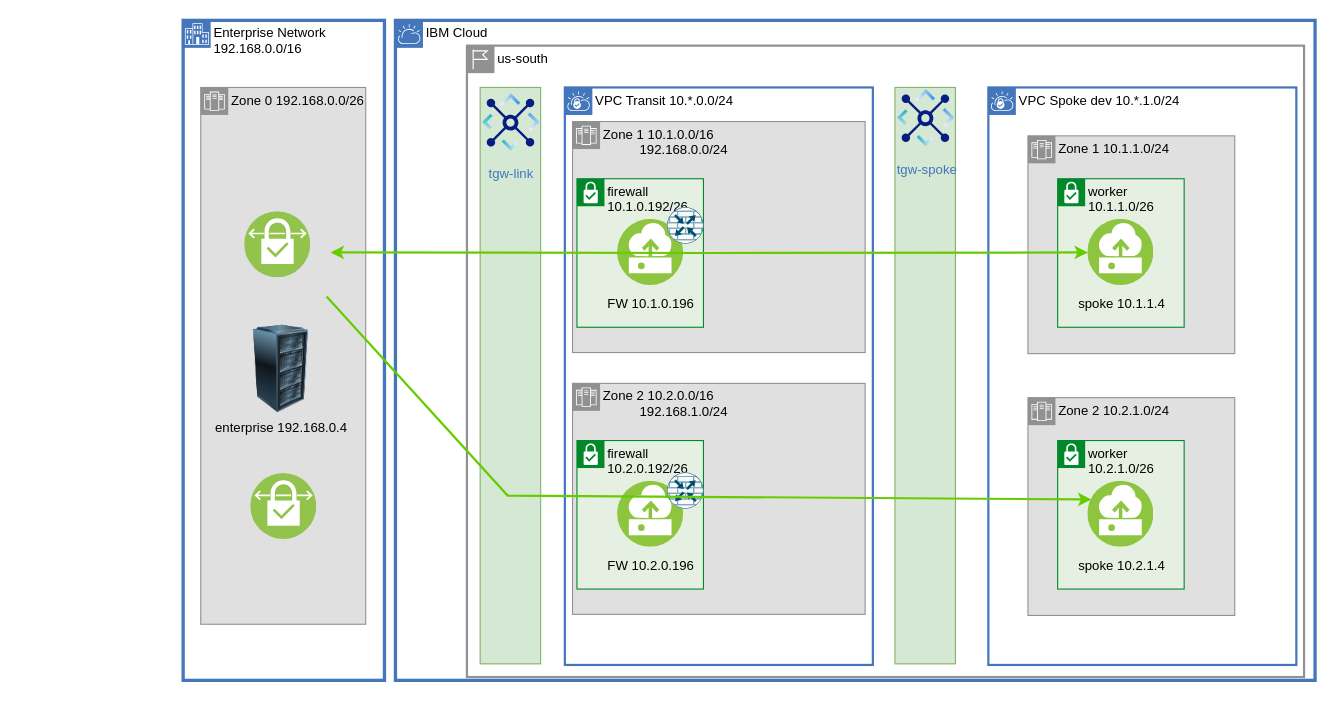
This is page "vpn-asymmetric" (2 of 18) of images/vpc-transit.drawio from IBM-Cloud/vpc-transit, a draw.io file, before an edit. Source tidied: cells renumbered, new cells numbered last; positions are measured from the earlier drawing's top-left corner, leaving out a move shared by most shapes. Both pictures are drawn from the tidied source at 110%, with x=0, y=0 at pixel (183, 20).
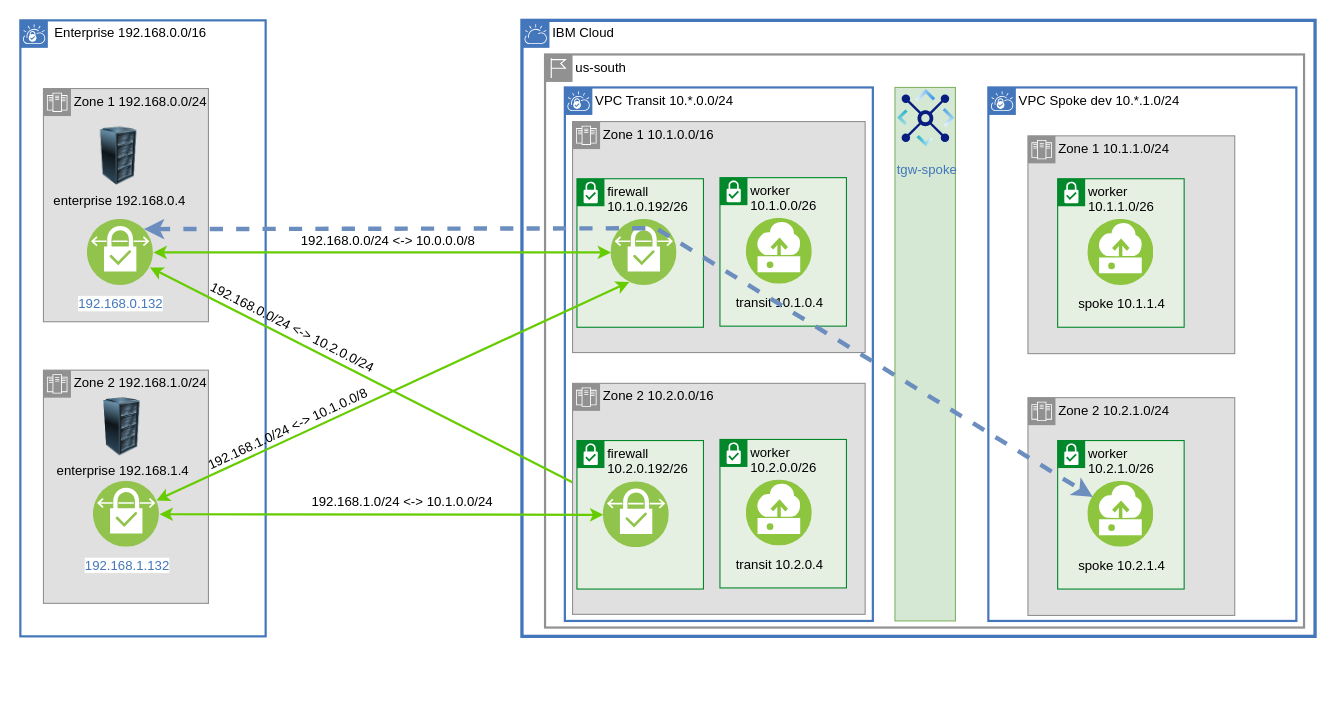
Above is the later version.

Unchanged cells that the change refers to:
```xml
<mxCell id="13" value="spoke 10.1.1.4" style="perimeter=ellipsePerimeter;html=1;align=center;shadow=0;dashed=0;fontColor=black;fontSize=12;spacingTop=3;image;image=img/lib/ibm/vpc/Instance.svg;overflow=visible;noLabel=0;labelBackgroundColor=none;" parent="1" vertex="1">
  <mxGeometry x="822.5" y="181" width="60" height="60" as="geometry" />
</mxCell>
<mxCell id="18" value="spoke 10.2.1.4" style="perimeter=ellipsePerimeter;html=1;align=center;shadow=0;dashed=0;fontColor=black;fontSize=12;spacingTop=3;image;image=img/lib/ibm/vpc/Instance.svg;overflow=visible;noLabel=0;labelBackgroundColor=none;" parent="1" vertex="1">
  <mxGeometry x="822.5" y="419" width="60" height="60" as="geometry" />
</mxCell>
```

What changed in the source:
```diff
@@
     <mxCell id="2" value="IBM Cloud" style="shape=mxgraph.ibm.box;prType=cloud;fontStyle=0;verticalAlign=top;align=left;spacingLeft=32;spacingTop=4;fillColor=none;rounded=0;whiteSpace=wrap;html=1;strokeColor=#4376BB;strokeWidth=3;dashed=0;spacing=-4;" parent="1" vertex="1">
-      <mxGeometry x="193" width="836" height="600" as="geometry" />
+      <mxGeometry x="308" width="721" height="560" as="geometry" />
     </mxCell>
     <mxCell id="3" value="&lt;span style=&quot;font-weight: normal;&quot;&gt;us-south&lt;/span&gt;" style="shape=mxgraph.ibm.box;prType=region;fontStyle=1;verticalAlign=top;align=left;spacingLeft=32;spacingTop=4;fillColor=none;rounded=0;whiteSpace=wrap;html=1;strokeColor=#919191;strokeWidth=2;spacing=-4;" parent="1" vertex="1">
-      <mxGeometry x="258" y="23" width="761" height="574" as="geometry" />
+      <mxGeometry x="329" y="31" width="690" height="521" as="geometry" />
     </mxCell>
     <mxCell id="4" value="VPC Transit 10.*.0.0/24" style="shape=mxgraph.ibm.box;prType=vpc;fontStyle=0;verticalAlign=top;align=left;spacingLeft=32;spacingTop=4;fillColor=none;rounded=0;whiteSpace=wrap;html=1;strokeColor=#4376BB;strokeWidth=2;dashed=0;spacing=-4;" parent="1" vertex="1">
-      <mxGeometry x="347" y="61" width="280" height="525" as="geometry" />
+      <mxGeometry x="347" y="61" width="280" height="485" as="geometry" />
     </mxCell>
-    <mxCell id="5" value="Zone 2 10.2.0.0/16&lt;br&gt;&amp;nbsp; &amp;nbsp; &amp;nbsp; &amp;nbsp; &amp;nbsp; 192.168.1.0/24" style="shape=mxgraph.ibm.box;prType=zone;fontStyle=0;verticalAlign=top;align=left;spacingLeft=32;spacingTop=4;fillColor=#E0E0E0;rounded=0;whiteSpace=wrap;html=1;strokeColor=#919191;strokeWidth=1;dashed=0;spacing=-4;" parent="1" vertex="1">
-      <mxGeometry x="354" y="330" width="266" height="210" as="geometry" />
-    </mxCell>
+    <mxCell id="33" value="&amp;nbsp;Enterprise 192.168.0.0/16" style="shape=mxgraph.ibm.box;prType=vpc;fontStyle=0;verticalAlign=top;align=left;spacingLeft=32;spacingTop=4;fillColor=none;rounded=0;whiteSpace=wrap;html=1;strokeColor=#4376BB;strokeWidth=2;dashed=0;spacing=-4;" parent="1" vertex="1">
+      <mxGeometry x="-148" width="223" height="560" as="geometry" />
+    </mxCell>
+    <mxCell id="34" value="Zone 1 192.168.0.0/24" style="shape=mxgraph.ibm.box;prType=zone;fontStyle=0;verticalAlign=top;align=left;spacingLeft=32;spacingTop=4;fillColor=#E0E0E0;rounded=0;whiteSpace=wrap;html=1;strokeColor=#919191;strokeWidth=1;dashed=0;spacing=-4;" parent="1" vertex="1">
+      <mxGeometry x="-127" y="62" width="150" height="212" as="geometry" />
+    </mxCell>
+    <mxCell id="35" style="edgeStyle=none;shape=connector;rounded=0;jettySize=auto;html=1;labelBackgroundColor=default;strokeColor=#66CC00;strokeWidth=2;fontFamily=Helvetica;fontSize=11;fontColor=default;startArrow=classic;startFill=1;endArrow=classic;endFill=1;fillColor=#d5e8d4;" parent="1" edge="1" source="36" target="46">
+      <mxGeometry relative="1" as="geometry" />
+    </mxCell>
+    <mxCell id="36" value="192.168.0.132" style="image;perimeter=ellipsePerimeter;html=1;align=center;shadow=0;dashed=0;fontColor=#4277BB;labelBackgroundColor=default;fontSize=12;spacingTop=3;image=img/lib/ibm/vpc/VPNConnection.svg;" parent="1" vertex="1">
+      <mxGeometry x="-87" y="181" width="60" height="60" as="geometry" />
+    </mxCell>
+    <mxCell id="37" value="Zone 2 192.168.1.0/24" style="shape=mxgraph.ibm.box;prType=zone;fontStyle=0;verticalAlign=top;align=left;spacingLeft=32;spacingTop=4;fillColor=#E0E0E0;rounded=0;whiteSpace=wrap;html=1;strokeColor=#919191;strokeWidth=1;dashed=0;spacing=-4;" parent="1" vertex="1">
+      <mxGeometry x="-127" y="318" width="150" height="212" as="geometry" />
+    </mxCell>
+    <mxCell id="38" value="Zone 2 10.2.0.0/16&lt;br&gt;&amp;nbsp; &amp;nbsp; &amp;nbsp; &amp;nbsp; &amp;nbsp;" style="shape=mxgraph.ibm.box;prType=zone;fontStyle=0;verticalAlign=top;align=left;spacingLeft=32;spacingTop=4;fillColor=#E0E0E0;rounded=0;whiteSpace=wrap;html=1;strokeColor=#919191;strokeWidth=1;dashed=0;spacing=-4;" parent="1" vertex="1">
+      <mxGeometry x="354" y="330" width="266" height="210" as="geometry" />
+    </mxCell>
+    <mxCell id="39" value="worker 10.2.0.0/26" style="shape=mxgraph.ibm.box;prType=subnet;fontStyle=0;verticalAlign=top;align=left;spacingLeft=32;spacingTop=4;fillColor=#E6F0E2;rounded=0;whiteSpace=wrap;html=1;strokeColor=#00882B;strokeWidth=1;dashed=0;spacing=-4;flipV=0;" parent="1" vertex="1">
+      <mxGeometry x="488" y="381" width="115" height="135" as="geometry" />
+    </mxCell>
     <mxCell id="6" value="&lt;span style=&quot;font-weight: normal&quot;&gt;VPC Spoke dev 10.*.1.0/24&lt;/span&gt;" style="shape=mxgraph.ibm.box;prType=vpc;fontStyle=1;verticalAlign=top;align=left;spacingLeft=32;spacingTop=4;fillColor=none;rounded=0;whiteSpace=wrap;html=1;strokeColor=#4376BB;strokeWidth=2;dashed=0;spacing=-4;" parent="1" vertex="1">
-      <mxGeometry x="732" y="61" width="280" height="525" as="geometry" />
+      <mxGeometry x="732" y="61" width="280" height="485" as="geometry" />
     </mxCell>
@@
-    <mxCell id="8" value="Zone 1 10.1.0.0/16&lt;br&gt;&amp;nbsp; &amp;nbsp; &amp;nbsp; &amp;nbsp; &amp;nbsp; 192.168.0.0/24" style="shape=mxgraph.ibm.box;prType=zone;fontStyle=0;verticalAlign=top;align=left;spacingLeft=32;spacingTop=4;fillColor=#E0E0E0;rounded=0;whiteSpace=wrap;html=1;strokeColor=#919191;strokeWidth=1;dashed=0;spacing=-4;" parent="1" vertex="1">
-      <mxGeometry x="354" y="92" width="266" height="210" as="geometry" />
-    </mxCell>
+    <mxCell id="40" value="Zone 1 10.1.0.0/16&lt;br&gt;&amp;nbsp; &amp;nbsp; &amp;nbsp;&amp;nbsp;" style="shape=mxgraph.ibm.box;prType=zone;fontStyle=0;verticalAlign=top;align=left;spacingLeft=32;spacingTop=4;fillColor=#E0E0E0;rounded=0;whiteSpace=wrap;html=1;strokeColor=#919191;strokeWidth=1;dashed=0;spacing=-4;" parent="1" vertex="1">
+      <mxGeometry x="354" y="92" width="266" height="210" as="geometry" />
+    </mxCell>
@@
-    <mxCell id="10" value="Enterprise Network 192.168.0.0/16" style="shape=mxgraph.ibm.box;prType=enterprise;fontStyle=0;verticalAlign=top;align=left;spacingLeft=32;spacingTop=4;fillColor=none;rounded=0;whiteSpace=wrap;html=1;strokeColor=#4376BB;strokeWidth=3;dashed=0;spacing=-4;" parent="1" vertex="1">
-      <mxGeometry width="183" height="600" as="geometry" />
-    </mxCell>
-    <mxCell id="11" value="Zone 0 192.168.0.0/26" style="shape=mxgraph.ibm.box;prType=zone;fontStyle=0;verticalAlign=top;align=left;spacingLeft=32;spacingTop=4;fillColor=#E0E0E0;rounded=0;whiteSpace=wrap;html=1;strokeColor=#919191;strokeWidth=1;dashed=0;spacing=-4;" parent="1" vertex="1">
-      <mxGeometry x="16" y="61" width="150" height="488" as="geometry" />
-    </mxCell>
@@
-    <mxCell id="14" value="FW 10.1.0.196" style="perimeter=ellipsePerimeter;html=1;align=center;shadow=0;dashed=0;fontColor=black;fontSize=12;spacingTop=3;image;image=img/lib/ibm/vpc/Instance.svg;overflow=visible;noLabel=0;labelBackgroundColor=none;" parent="1" vertex="1">
-      <mxGeometry x="395" y="181" width="60" height="60" as="geometry" />
-    </mxCell>
@@
-    <mxCell id="19" value="FW 10.2.0.196" style="perimeter=ellipsePerimeter;html=1;align=center;shadow=0;dashed=0;fontColor=black;fontSize=12;spacingTop=3;image;image=img/lib/ibm/vpc/Instance.svg;overflow=visible;noLabel=0;labelBackgroundColor=none;" parent="1" vertex="1">
-      <mxGeometry x="395" y="419" width="60" height="60" as="geometry" />
-    </mxCell>
-    <mxCell id="20" style="sketch=0;verticalLabelPosition=bottom;html=1;verticalAlign=top;align=center;shape=mxgraph.cisco19.rect;prIcon=router_with_firewall;fillColor=#FAFAFA;strokeColor=#005073;shadow=0;dashed=0;labelBackgroundColor=none;fontFamily=Helvetica;fontSize=12;fontColor=black;" parent="1" vertex="1">
-      <mxGeometry x="440" y="411" width="33" height="33" as="geometry" />
-    </mxCell>
-    <mxCell id="21" style="sketch=0;verticalLabelPosition=bottom;html=1;verticalAlign=top;align=center;shape=mxgraph.cisco19.rect;prIcon=router_with_firewall;fillColor=#FAFAFA;strokeColor=#005073;shadow=0;dashed=0;labelBackgroundColor=none;fontFamily=Helvetica;fontSize=12;fontColor=black;" parent="1" vertex="1">
-      <mxGeometry x="440" y="170" width="33" height="33" as="geometry" />
-    </mxCell>
-    <mxCell id="22" style="whiteSpace=wrap;html=1;fontFamily=Helvetica;fontSize=11;fillColor=#d5e8d4;strokeColor=#82b366;" parent="1" vertex="1">
-      <mxGeometry x="270" y="61" width="55" height="524" as="geometry" />
-    </mxCell>
-    <mxCell id="23" value="tgw-link" style="perimeter=ellipsePerimeter;html=1;align=center;shadow=0;dashed=0;fontColor=#4277BB;fontSize=12;spacingTop=3;image;image=img/lib/ibm/vpc/TransitGateway.svg;labelBackgroundColor=none;" parent="1" vertex="1">
-      <mxGeometry x="268.4" y="63" width="60" height="60" as="geometry" />
-    </mxCell>
-    <mxCell id="24" style="whiteSpace=wrap;html=1;fontFamily=Helvetica;fontSize=11;fillColor=#d5e8d4;strokeColor=#82b366;" parent="1" vertex="1">
-      <mxGeometry x="647.1" y="61" width="55" height="524" as="geometry" />
-    </mxCell>
+    <mxCell id="41" style="whiteSpace=wrap;html=1;fontFamily=Helvetica;fontSize=11;fillColor=#d5e8d4;strokeColor=#82b366;" parent="1" vertex="1">
+      <mxGeometry x="647.1" y="61" width="55" height="485" as="geometry" />
+    </mxCell>
@@
-    <mxCell id="26" style="edgeStyle=orthogonalEdgeStyle;rounded=0;jettySize=auto;html=1;startArrow=classic;startFill=1;endArrow=classic;endFill=1;strokeColor=#66CC00;strokeWidth=2;fillColor=#d5e8d4;entryX=0;entryY=0.5;entryDx=0;entryDy=0;" parent="1" edge="1" target="13">
-      <mxGeometry relative="1" as="geometry">
-        <mxPoint x="134" y="211" as="sourcePoint" />
-      </mxGeometry>
-    </mxCell>
-    <mxCell id="27" style="image;perimeter=ellipsePerimeter;html=1;align=center;shadow=0;dashed=0;fontColor=#4277BB;labelBackgroundColor=default;fontSize=12;spacingTop=3;image=img/lib/ibm/vpc/VPNConnection.svg;" parent="1" vertex="1">
-      <mxGeometry x="61.5" y="412" width="60" height="60" as="geometry" />
-    </mxCell>
+    <mxCell id="42" style="edgeStyle=none;shape=connector;rounded=0;jettySize=auto;html=1;labelBackgroundColor=default;strokeColor=#66CC00;strokeWidth=2;fontFamily=Helvetica;fontSize=11;fontColor=default;startArrow=classic;startFill=1;endArrow=classic;endFill=1;fillColor=#d5e8d4;" parent="1" edge="1" source="44" target="46">
+      <mxGeometry relative="1" as="geometry" />
+    </mxCell>
+    <mxCell id="43" style="edgeStyle=none;shape=connector;rounded=0;jettySize=auto;html=1;entryX=0.25;entryY=1;entryDx=0;entryDy=0;labelBackgroundColor=default;strokeColor=#66CC00;strokeWidth=2;fontFamily=Helvetica;fontSize=11;fontColor=default;startArrow=classic;startFill=1;endArrow=classic;endFill=1;fillColor=#d5e8d4;" parent="1" edge="1" source="44" target="45">
+      <mxGeometry relative="1" as="geometry" />
+    </mxCell>
+    <mxCell id="44" value="192.168.1.132" style="image;perimeter=ellipsePerimeter;html=1;align=center;shadow=0;dashed=0;fontColor=#4277BB;labelBackgroundColor=default;fontSize=12;spacingTop=3;image=img/lib/ibm/vpc/VPNConnection.svg;" parent="1" vertex="1">
+      <mxGeometry x="-81.5" y="419" width="60" height="60" as="geometry" />
+    </mxCell>
     <mxCell id="28" value="enterprise 192.168.0.4" style="image;html=1;image=img/lib/clip_art/computers/Server_Rack_128x128.png;noLabel=0;labelBackgroundColor=none;" parent="1" vertex="1">
-      <mxGeometry x="49" y="277" width="80" height="80" as="geometry" />
+      <mxGeometry x="-90" y="97" width="63" height="53" as="geometry" />
     </mxCell>
-    <mxCell id="29" style="image;perimeter=ellipsePerimeter;html=1;align=center;shadow=0;dashed=0;fontColor=#4277BB;labelBackgroundColor=default;fontSize=12;spacingTop=3;image=img/lib/ibm/vpc/VPNConnection.svg;" parent="1" vertex="1">
-      <mxGeometry x="56" y="174" width="60" height="60" as="geometry" />
-    </mxCell>
-    <mxCell id="30" parent="0" />
-    <mxCell id="31" parent="0" />
-    <mxCell id="32" style="rounded=0;orthogonalLoop=1;jettySize=auto;html=1;startArrow=none;startFill=1;endArrow=classic;endFill=1;strokeColor=#66CC00;strokeWidth=2;entryX=0;entryY=0.25;entryDx=0;entryDy=0;" parent="31" edge="1">
-      <mxGeometry relative="1" as="geometry">
-        <mxPoint x="130.4" y="251" as="sourcePoint" />
-        <mxPoint x="825.7" y="435.6" as="targetPoint" />
-        <Array as="points">
-          <mxPoint x="295" y="432" />
-        </Array>
-      </mxGeometry>
-    </mxCell>
+    <mxCell id="45" style="image;perimeter=ellipsePerimeter;html=1;align=center;shadow=0;dashed=0;fontColor=#4277BB;labelBackgroundColor=default;fontSize=12;spacingTop=3;image=img/lib/ibm/vpc/VPNConnection.svg;" parent="1" vertex="1">
+      <mxGeometry x="389" y="181" width="60" height="60" as="geometry" />
+    </mxCell>
+    <mxCell id="46" style="image;perimeter=ellipsePerimeter;html=1;align=center;shadow=0;dashed=0;fontColor=#4277BB;labelBackgroundColor=default;fontSize=12;spacingTop=3;image=img/lib/ibm/vpc/VPNConnection.svg;" parent="1" vertex="1">
+      <mxGeometry x="382" y="419.5" width="60" height="60" as="geometry" />
+    </mxCell>
+    <mxCell id="47" value="worker 10.1.0.0/26" style="shape=mxgraph.ibm.box;prType=subnet;fontStyle=0;verticalAlign=top;align=left;spacingLeft=32;spacingTop=4;fillColor=#E6F0E2;rounded=0;whiteSpace=wrap;html=1;strokeColor=#00882B;strokeWidth=1;dashed=0;spacing=-4;flipV=0;" parent="1" vertex="1">
+      <mxGeometry x="488" y="143" width="115" height="135" as="geometry" />
+    </mxCell>
+    <mxCell id="48" value="transit 10.2.0.4" style="perimeter=ellipsePerimeter;html=1;align=center;shadow=0;dashed=0;fontColor=black;fontSize=12;spacingTop=3;image;image=img/lib/ibm/vpc/Instance.svg;labelBackgroundColor=none;" parent="1" vertex="1">
+      <mxGeometry x="512" y="418" width="60" height="60" as="geometry" />
+    </mxCell>
+    <mxCell id="49" value="transit 10.1.0.4" style="perimeter=ellipsePerimeter;html=1;align=center;shadow=0;dashed=0;fontColor=black;fontSize=12;spacingTop=3;image;image=img/lib/ibm/vpc/Instance.svg;labelBackgroundColor=none;" parent="1" vertex="1">
+      <mxGeometry x="512" y="180" width="60" height="60" as="geometry" />
+    </mxCell>
+    <mxCell id="50" value="enterprise 192.168.1.4" style="image;html=1;image=img/lib/clip_art/computers/Server_Rack_128x128.png;noLabel=0;labelBackgroundColor=none;" parent="1" vertex="1">
+      <mxGeometry x="-87" y="343" width="63" height="53" as="geometry" />
+    </mxCell>
+    <mxCell id="51" style="edgeStyle=none;shape=connector;rounded=0;jettySize=auto;html=1;entryX=0;entryY=0.5;entryDx=0;entryDy=0;labelBackgroundColor=default;strokeColor=#66CC00;strokeWidth=2;fontFamily=Helvetica;fontSize=11;fontColor=default;startArrow=classic;startFill=1;endArrow=classic;endFill=1;fillColor=#d5e8d4;" parent="1" edge="1" source="36" target="45">
+      <mxGeometry relative="1" as="geometry" />
+    </mxCell>
+    <mxCell id="52" value="192.168.0.0/24 &amp;lt;-&amp;gt; 10.0.0.0/8" style="text;html=1;align=center;verticalAlign=middle;strokeColor=none;fillColor=none;" parent="1" vertex="1">
+      <mxGeometry x="98" y="188" width="176" height="26" as="geometry" />
+    </mxCell>
+    <mxCell id="53" value="192.168.1.0/24 &amp;lt;-&amp;gt; 10.1.0.0/24" style="text;html=1;align=center;verticalAlign=middle;strokeColor=none;fillColor=none;" parent="1" vertex="1">
+      <mxGeometry x="107" y="425" width="183" height="26" as="geometry" />
+    </mxCell>
+    <mxCell id="54" value="192.168.1.0/24 &amp;lt;-&amp;gt; 10.1.0.0/8" style="text;html=1;align=center;verticalAlign=middle;strokeColor=none;fillColor=none;rotation=-25;" parent="1" vertex="1">
+      <mxGeometry x="7" y="359" width="176" height="26" as="geometry" />
+    </mxCell>
+    <mxCell id="55" value="192.168.0.0/24 &amp;lt;-&amp;gt; 10.2.0.0/24" style="text;html=1;align=center;verticalAlign=middle;strokeColor=none;fillColor=none;rotation=27;" parent="1" vertex="1">
+      <mxGeometry x="7" y="266" width="183" height="26" as="geometry" />
+    </mxCell>
+    <mxCell id="56" parent="0" />
+    <mxCell id="57" style="shape=connector;rounded=0;orthogonalLoop=1;jettySize=auto;html=1;entryX=1;entryY=0.75;entryDx=0;entryDy=0;labelBackgroundColor=default;strokeColor=#b85450;strokeWidth=2;fontFamily=Helvetica;fontSize=11;fontColor=default;startArrow=none;startFill=0;endArrow=classic;endFill=1;fillColor=#f8cecc;" parent="56" edge="1">
+      <mxGeometry relative="1" as="geometry">
+        <mxPoint x="100.8" y="-1160.6" as="targetPoint" />
+        <Array as="points">
+          <mxPoint x="415" y="-1165" />
+        </Array>
+      </mxGeometry>
+    </mxCell>
+    <mxCell id="58" style="shape=connector;rounded=0;orthogonalLoop=1;jettySize=auto;html=1;entryX=0;entryY=0.25;entryDx=0;entryDy=0;labelBackgroundColor=default;strokeColor=#b85450;strokeWidth=4;fontFamily=Helvetica;fontSize=11;fontColor=default;startArrow=none;startFill=0;endArrow=classic;endFill=1;fillColor=#f8cecc;exitX=0.143;exitY=0.962;exitDx=0;exitDy=0;exitPerimeter=0;" parent="56" edge="1">
+      <mxGeometry relative="1" as="geometry">
+        <mxPoint x="50" y="-1237" as="sourcePoint" />
+        <Array as="points">
+          <mxPoint x="82" y="-949" />
+          <mxPoint x="283" y="-949" />
+        </Array>
+      </mxGeometry>
+    </mxCell>
+    <mxCell id="59" style="rounded=0;jettySize=auto;html=1;dashed=1;fillColor=#dae8fc;strokeColor=#6c8ebf;strokeWidth=4;exitX=1;exitY=0;exitDx=0;exitDy=0;startArrow=classic;startFill=1;" parent="56" edge="1" source="36" target="18">
+      <mxGeometry relative="1" as="geometry">
+        <Array as="points">
+          <mxPoint x="430" y="189" />
+        </Array>
+      </mxGeometry>
+    </mxCell>
```
